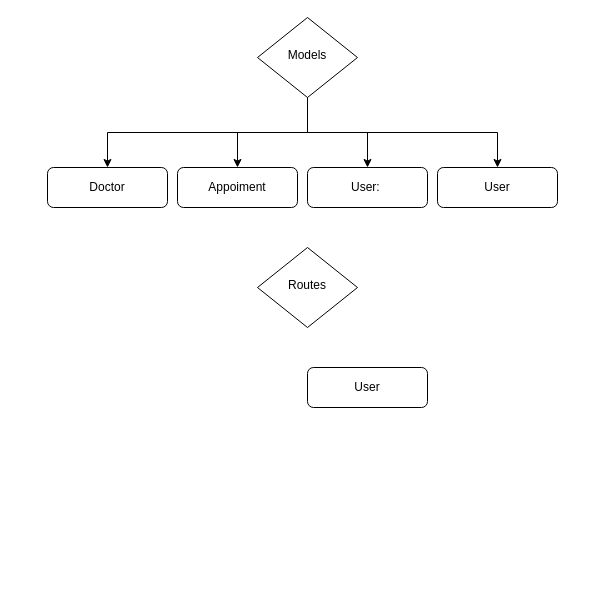
This is Diagrama sin título.drawio from herva99/herva99, a draw.io file, before an edit. Source tidied: cells renumbered, new cells numbered last; positions are measured from the earlier drawing's top-left corner, leaving out a move shared by most shapes. Both pictures are drawn from the tidied source at 100%, with x=0, y=0 at pixel (47, 17).
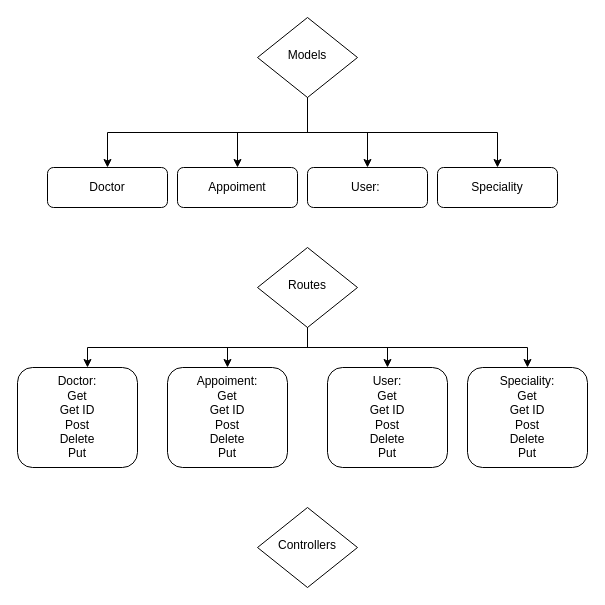
The same page after the edit.

The change refers to these unchanged cells:
```xml
<mxCell id="11" value="Routes" style="rhombus;whiteSpace=wrap;html=1;shadow=0;fontFamily=Helvetica;fontSize=12;align=center;strokeWidth=1;spacing=6;spacingTop=-4;" parent="1" vertex="1">
  <mxGeometry x="210" y="230" width="100" height="80" as="geometry" />
</mxCell>
```

What changed in the source:
```diff
@@
-    <mxCell id="9" value="User" style="rounded=1;whiteSpace=wrap;html=1;fontSize=12;glass=0;strokeWidth=1;shadow=0;" parent="1" vertex="1">
+    <mxCell id="9" value="Speciality" style="rounded=1;whiteSpace=wrap;html=1;fontSize=12;glass=0;strokeWidth=1;shadow=0;" parent="1" vertex="1">
       <mxGeometry x="390" y="150" width="120" height="40" as="geometry" />
     </mxCell>
@@
+    <mxCell id="13" style="edgeStyle=orthogonalEdgeStyle;rounded=0;jettySize=auto;html=1;entryX=0.5;entryY=0;entryDx=0;entryDy=0;" parent="1" edge="1" source="11" target="12">
+      <mxGeometry relative="1" as="geometry" />
+    </mxCell>
+    <mxCell id="14" style="edgeStyle=orthogonalEdgeStyle;rounded=0;jettySize=auto;html=1;" parent="1" edge="1" source="11" target="15">
+      <mxGeometry relative="1" as="geometry" />
+    </mxCell>
@@
-    <mxCell id="12" value="User" style="rounded=1;whiteSpace=wrap;html=1;fontSize=12;glass=0;strokeWidth=1;shadow=0;" parent="1" vertex="1">
-      <mxGeometry x="260" y="350" width="120" height="40" as="geometry" />
+    <mxCell id="12" value="User:&lt;div&gt;Get&lt;/div&gt;&lt;div&gt;Get ID&lt;/div&gt;&lt;div&gt;Post&lt;/div&gt;&lt;div&gt;Delete&lt;/div&gt;&lt;div&gt;Put&lt;/div&gt;" style="rounded=1;whiteSpace=wrap;html=1;fontSize=12;glass=0;strokeWidth=1;shadow=0;" parent="1" vertex="1">
+      <mxGeometry x="280" y="350" width="120" height="100" as="geometry" />
     </mxCell>
+    <mxCell id="15" value="Appoiment:&lt;div&gt;Get&lt;/div&gt;&lt;div&gt;Get ID&lt;/div&gt;&lt;div&gt;Post&lt;/div&gt;&lt;div&gt;Delete&lt;/div&gt;&lt;div&gt;Put&lt;/div&gt;" style="rounded=1;whiteSpace=wrap;html=1;fontSize=12;glass=0;strokeWidth=1;shadow=0;" parent="1" vertex="1">
+      <mxGeometry x="120" y="350" width="120" height="100" as="geometry" />
+    </mxCell>
+    <mxCell id="16" value="Doctor:&lt;div&gt;Get&lt;/div&gt;&lt;div&gt;Get ID&lt;/div&gt;&lt;div&gt;Post&lt;/div&gt;&lt;div&gt;Delete&lt;/div&gt;&lt;div&gt;Put&lt;/div&gt;" style="rounded=1;whiteSpace=wrap;html=1;fontSize=12;glass=0;strokeWidth=1;shadow=0;" parent="1" vertex="1">
+      <mxGeometry x="-30" y="350" width="120" height="100" as="geometry" />
+    </mxCell>
+    <mxCell id="17" value="Speciality:&lt;div&gt;Get&lt;/div&gt;&lt;div&gt;Get ID&lt;/div&gt;&lt;div&gt;Post&lt;/div&gt;&lt;div&gt;Delete&lt;/div&gt;&lt;div&gt;Put&lt;/div&gt;" style="rounded=1;whiteSpace=wrap;html=1;fontSize=12;glass=0;strokeWidth=1;shadow=0;" parent="1" vertex="1">
+      <mxGeometry x="420" y="350" width="120" height="100" as="geometry" />
+    </mxCell>
+    <mxCell id="18" style="edgeStyle=orthogonalEdgeStyle;rounded=0;jettySize=auto;html=1;" parent="1" edge="1" source="11" target="17">
+      <mxGeometry relative="1" as="geometry">
+        <Array as="points">
+          <mxPoint x="260" y="330" />
+          <mxPoint x="480" y="330" />
+        </Array>
+      </mxGeometry>
+    </mxCell>
+    <mxCell id="19" style="edgeStyle=orthogonalEdgeStyle;rounded=0;jettySize=auto;html=1;" parent="1" edge="1" source="11" target="16">
+      <mxGeometry relative="1" as="geometry">
+        <Array as="points">
+          <mxPoint x="260" y="330" />
+          <mxPoint x="40" y="330" />
+        </Array>
+      </mxGeometry>
+    </mxCell>
+    <mxCell id="20" value="Controllers" style="rhombus;whiteSpace=wrap;html=1;shadow=0;fontFamily=Helvetica;fontSize=12;align=center;strokeWidth=1;spacing=6;spacingTop=-4;" parent="1" vertex="1">
+      <mxGeometry x="210" y="490" width="100" height="80" as="geometry" />
+    </mxCell>
```
